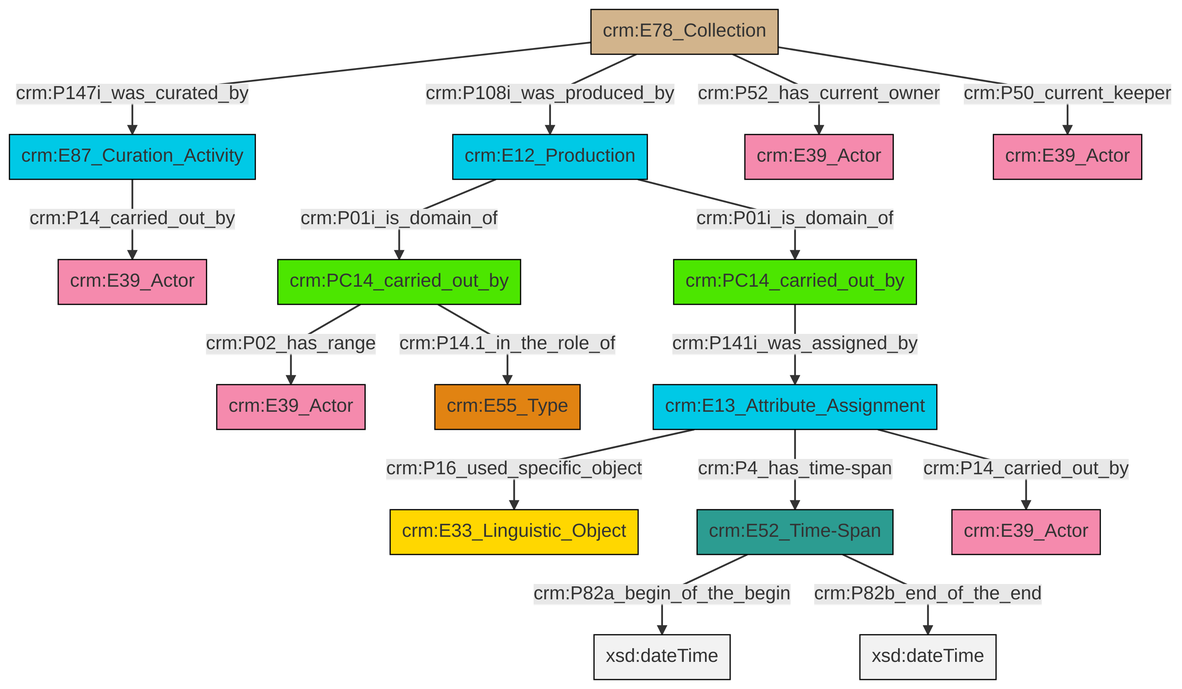
The Mermaid diagram et/archivalCSV/ttl/mmd/png/archival_relation.png in swiss-art-research-net/docs.swissartresearch, before a commit. Its source is kept beside it as et/archivalCSV/ttl/mmd/archival_relation.ttl.mmd.
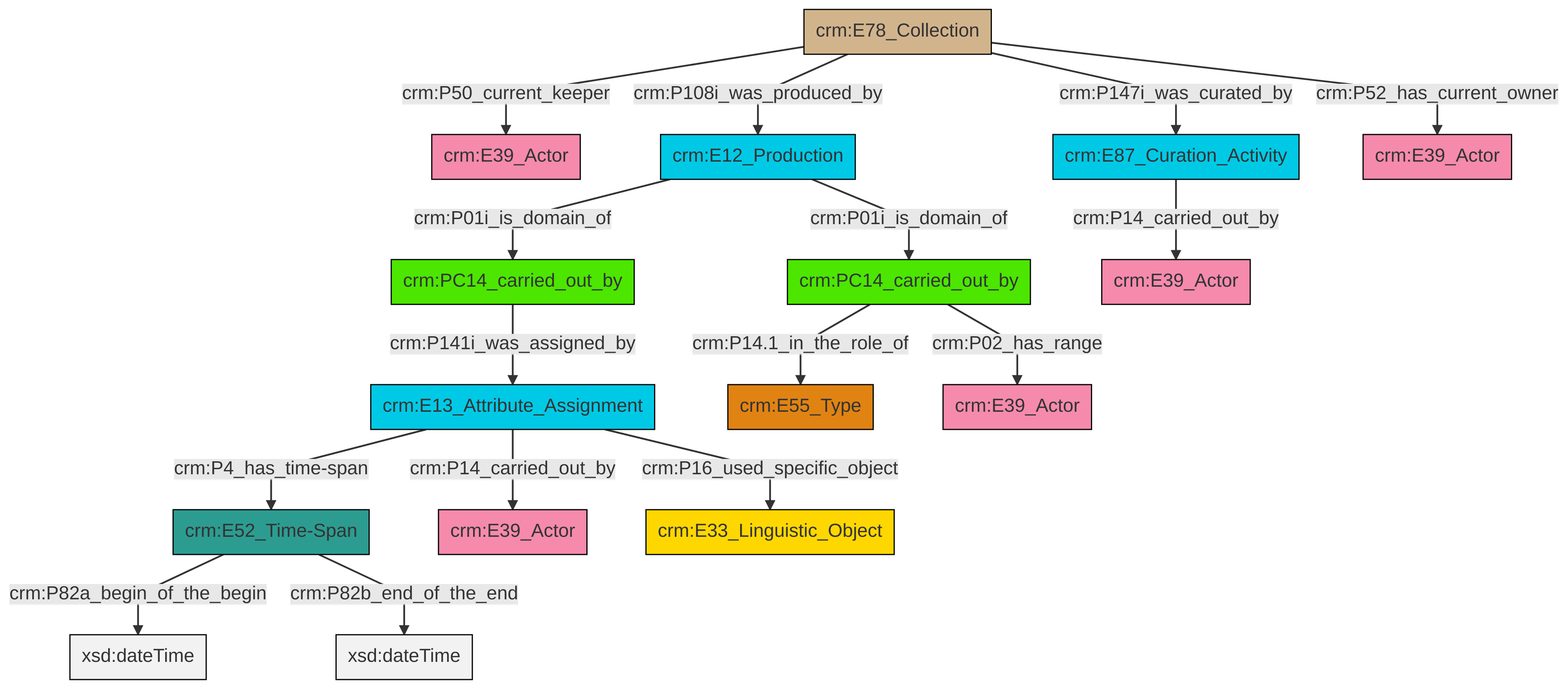
After the commit.

The edit, as a diff of the source:
```diff
@@ -13,18 +13,18 @@
 classDef PC_Classes fill:#4ce600, stroke:#000000;
 classDef Multi fill:#cccccc,stroke:#000000;
 
-2["crm:E52_Time-Span"]:::Time-Span -->|crm:P82a_begin_of_the_begin| 3[xsd:dateTime]:::Literal
-6["crm:E78_Collection"]:::Physical_Thing -->|crm:P147i_was_curated_by| 7["crm:E87_Curation_Activity"]:::Temporal_Entity
-4["crm:E12_Production"]:::Temporal_Entity -->|crm:P01i_is_domain_of| 8["crm:PC14_carried_out_by"]:::PC_Classes
-9["crm:PC14_carried_out_by"]:::PC_Classes -->|crm:P141i_was_assigned_by| 10["crm:E13_Attribute_Assignment"]:::Temporal_Entity
-6["crm:E78_Collection"]:::Physical_Thing -->|crm:P108i_was_produced_by| 4["crm:E12_Production"]:::Temporal_Entity
-10["crm:E13_Attribute_Assignment"]:::Temporal_Entity -->|crm:P16_used_specific_object| 13["crm:E33_Linguistic_Object"]:::Conceptual_Object
-7["crm:E87_Curation_Activity"]:::Temporal_Entity -->|crm:P14_carried_out_by| 15["crm:E39_Actor"]:::Actor
-6["crm:E78_Collection"]:::Physical_Thing -->|crm:P52_has_current_owner| 18["crm:E39_Actor"]:::Actor
-8["crm:PC14_carried_out_by"]:::PC_Classes -->|crm:P02_has_range| 0["crm:E39_Actor"]:::Actor
-4["crm:E12_Production"]:::Temporal_Entity -->|crm:P01i_is_domain_of| 9["crm:PC14_carried_out_by"]:::PC_Classes
-10["crm:E13_Attribute_Assignment"]:::Temporal_Entity -->|crm:P4_has_time-span| 2["crm:E52_Time-Span"]:::Time-Span
-8["crm:PC14_carried_out_by"]:::PC_Classes -->|crm:P14.1_in_the_role_of| 16["crm:E55_Type"]:::Type
-10["crm:E13_Attribute_Assignment"]:::Temporal_Entity -->|crm:P14_carried_out_by| 25["crm:E39_Actor"]:::Actor
-6["crm:E78_Collection"]:::Physical_Thing -->|crm:P50_current_keeper| 23["crm:E39_Actor"]:::Actor
-2["crm:E52_Time-Span"]:::Time-Span -->|crm:P82b_end_of_the_end| 28[xsd:dateTime]:::Literal
+6["crm:E13_Attribute_Assignment"]:::Temporal_Entity -->|crm:P4_has_time-span| 0["crm:E52_Time-Span"]:::Time-Span
+9["crm:E78_Collection"]:::Physical_Thing -->|crm:P50_current_keeper| 4["crm:E39_Actor"]:::Actor
+2["crm:PC14_carried_out_by"]:::PC_Classes -->|crm:P14.1_in_the_role_of| 10["crm:E55_Type"]:::Type
+2["crm:PC14_carried_out_by"]:::PC_Classes -->|crm:P02_has_range| 13["crm:E39_Actor"]:::Actor
+6["crm:E13_Attribute_Assignment"]:::Temporal_Entity -->|crm:P14_carried_out_by| 11["crm:E39_Actor"]:::Actor
+0["crm:E52_Time-Span"]:::Time-Span -->|crm:P82a_begin_of_the_begin| 18[xsd:dateTime]:::Literal
+7["crm:E12_Production"]:::Temporal_Entity -->|crm:P01i_is_domain_of| 2["crm:PC14_carried_out_by"]:::PC_Classes
+21["crm:E87_Curation_Activity"]:::Temporal_Entity -->|crm:P14_carried_out_by| 19["crm:E39_Actor"]:::Actor
+9["crm:E78_Collection"]:::Physical_Thing -->|crm:P52_has_current_owner| 23["crm:E39_Actor"]:::Actor
+9["crm:E78_Collection"]:::Physical_Thing -->|crm:P147i_was_curated_by| 21["crm:E87_Curation_Activity"]:::Temporal_Entity
+9["crm:E78_Collection"]:::Physical_Thing -->|crm:P108i_was_produced_by| 7["crm:E12_Production"]:::Temporal_Entity
+7["crm:E12_Production"]:::Temporal_Entity -->|crm:P01i_is_domain_of| 14["crm:PC14_carried_out_by"]:::PC_Classes
+6["crm:E13_Attribute_Assignment"]:::Temporal_Entity -->|crm:P16_used_specific_object| 27["crm:E33_Linguistic_Object"]:::Conceptual_Object
+14["crm:PC14_carried_out_by"]:::PC_Classes -->|crm:P141i_was_assigned_by| 6["crm:E13_Attribute_Assignment"]:::Temporal_Entity
+0["crm:E52_Time-Span"]:::Time-Span -->|crm:P82b_end_of_the_end| 29[xsd:dateTime]:::Literal
```
